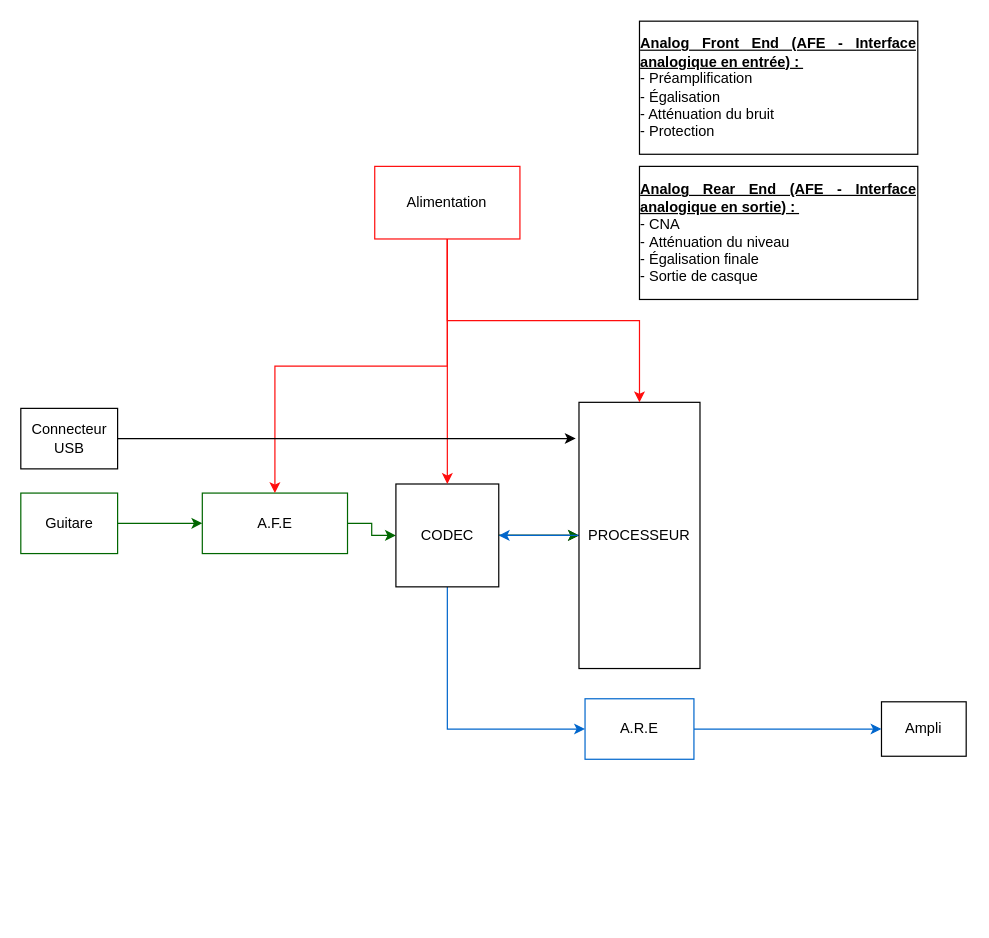
This is Modélisation du systeme.drawio from lucacros/2324_Projet2A_PedaleGuitare, a draw.io file, before an edit. Source tidied: cells renumbered, new cells numbered last; positions are measured from the earlier drawing's top-left corner, leaving out a move shared by most shapes. Both pictures are drawn from the tidied source at 121%, with x=0, y=0 at pixel (21, 21).
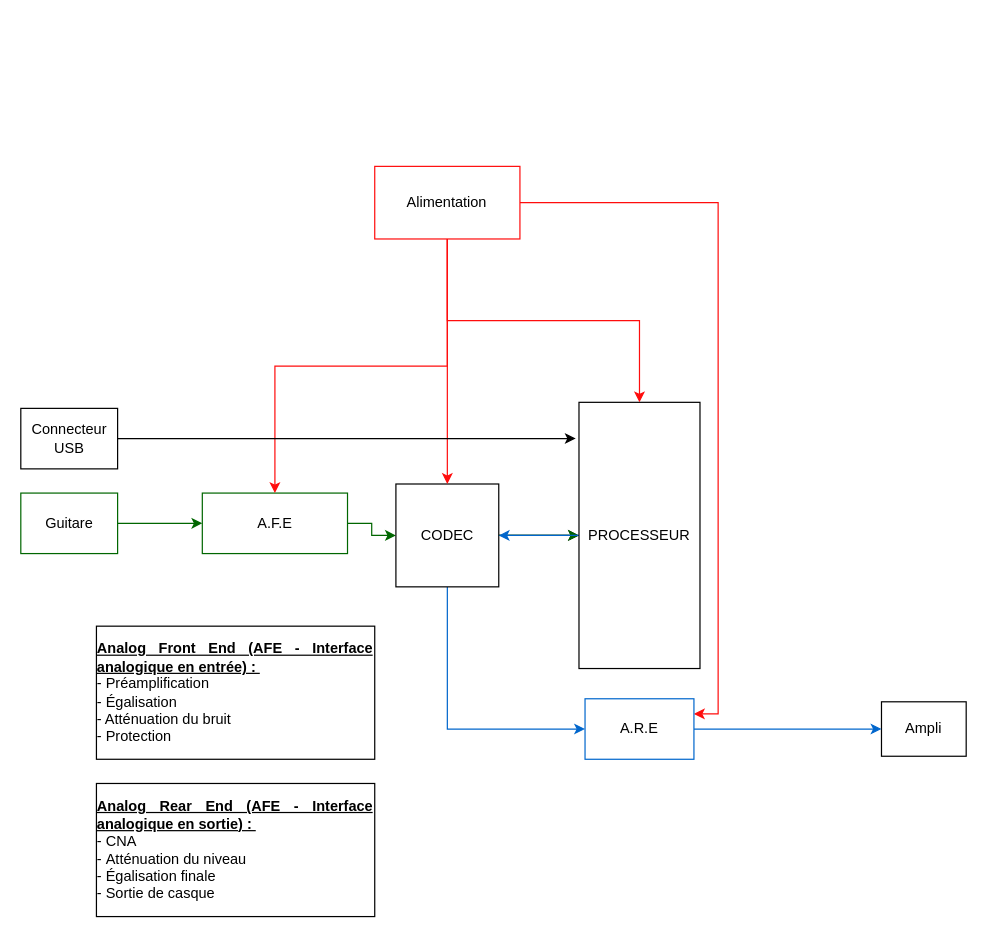
The same page after the edit.

Unchanged cells that the change refers to:
```xml
<mxCell id="16" value="Alimentation" style="rounded=0;whiteSpace=wrap;html=1;strokeColor=#FF0D0D;" parent="1" vertex="1">
  <mxGeometry x="292.2" y="120" width="120" height="60" as="geometry" />
</mxCell>
<mxCell id="19" value="A.R.E" style="rounded=0;whiteSpace=wrap;html=1;fillColor=#FFFFFF;strokeColor=#0066CC;" parent="1" vertex="1">
  <mxGeometry x="466" y="560" width="90" height="50" as="geometry" />
</mxCell>
```

Diff of the diagram source:
```diff
@@
+    <mxCell id="23" style="edgeStyle=orthogonalEdgeStyle;rounded=0;jettySize=auto;html=1;exitX=1;exitY=0.5;exitDx=0;exitDy=0;entryX=1;entryY=0.25;entryDx=0;entryDy=0;strokeColor=#FF0D0D;" parent="1" edge="1" source="16" target="19">
+      <mxGeometry relative="1" as="geometry" />
+    </mxCell>
@@
     <mxCell id="21" value="&lt;div style=&quot;text-align: justify;&quot;&gt;&lt;span style=&quot;background-color: initial;&quot;&gt;&lt;b&gt;&lt;u&gt;Analog Front End (AFE - Interface analogique en entrée) :&amp;nbsp;&lt;/u&gt;&lt;/b&gt;&lt;/span&gt;&lt;/div&gt;&lt;div style=&quot;text-align: justify;&quot;&gt;&lt;span style=&quot;background-color: initial;&quot;&gt;-&amp;nbsp;Préamplification&lt;/span&gt;&lt;/div&gt;&lt;div style=&quot;text-align: justify;&quot;&gt;&lt;span style=&quot;background-color: initial;&quot;&gt;-&amp;nbsp;&lt;/span&gt;&lt;span style=&quot;background-color: initial;&quot;&gt;Égalisation&lt;/span&gt;&lt;/div&gt;&lt;div style=&quot;text-align: justify;&quot;&gt;- Atténuation du bruit&lt;span style=&quot;background-color: initial;&quot;&gt;&lt;br&gt;&lt;/span&gt;&lt;/div&gt;&lt;div style=&quot;text-align: justify;&quot;&gt;-&amp;nbsp;&lt;span style=&quot;background-color: initial; text-align: left;&quot;&gt;Protection&lt;/span&gt;&lt;/div&gt;" style="text;html=1;strokeColor=default;fillColor=none;align=center;verticalAlign=middle;whiteSpace=wrap;rounded=0;" parent="1" vertex="1">
-      <mxGeometry x="511" width="230" height="110" as="geometry" />
+      <mxGeometry x="62.2" y="500" width="230" height="110" as="geometry" />
     </mxCell>
     <mxCell id="22" value="&lt;div style=&quot;text-align: justify;&quot;&gt;&lt;b&gt;&lt;u&gt;Analog Rear End (AFE - Interface analogique en sortie&lt;/u&gt;&lt;/b&gt;&lt;span style=&quot;background-color: initial;&quot;&gt;&lt;b&gt;&lt;u&gt;) :&amp;nbsp;&lt;/u&gt;&lt;/b&gt;&lt;/span&gt;&lt;/div&gt;&lt;div style=&quot;text-align: justify;&quot;&gt;&lt;span style=&quot;background-color: initial;&quot;&gt;-&amp;nbsp;CNA&lt;/span&gt;&lt;/div&gt;&lt;div style=&quot;text-align: justify;&quot;&gt;&lt;span style=&quot;background-color: initial;&quot;&gt;-&amp;nbsp;&lt;/span&gt;&lt;span style=&quot;background-color: initial; text-align: left;&quot;&gt;Atténuation du niveau&lt;/span&gt;&lt;/div&gt;&lt;div style=&quot;text-align: justify;&quot;&gt;-&amp;nbsp;&lt;span style=&quot;background-color: initial; text-align: left;&quot;&gt;Égalisation finale&lt;/span&gt;&lt;/div&gt;&lt;div style=&quot;text-align: justify;&quot;&gt;- S&lt;span style=&quot;background-color: initial; text-align: left;&quot;&gt;ortie de casque&lt;/span&gt;&lt;/div&gt;" style="text;html=1;strokeColor=default;fillColor=none;align=center;verticalAlign=middle;whiteSpace=wrap;rounded=0;" parent="1" vertex="1">
-      <mxGeometry x="511" y="120" width="230" height="110" as="geometry" />
+      <mxGeometry x="62.2" y="630" width="230" height="110" as="geometry" />
     </mxCell>
```
